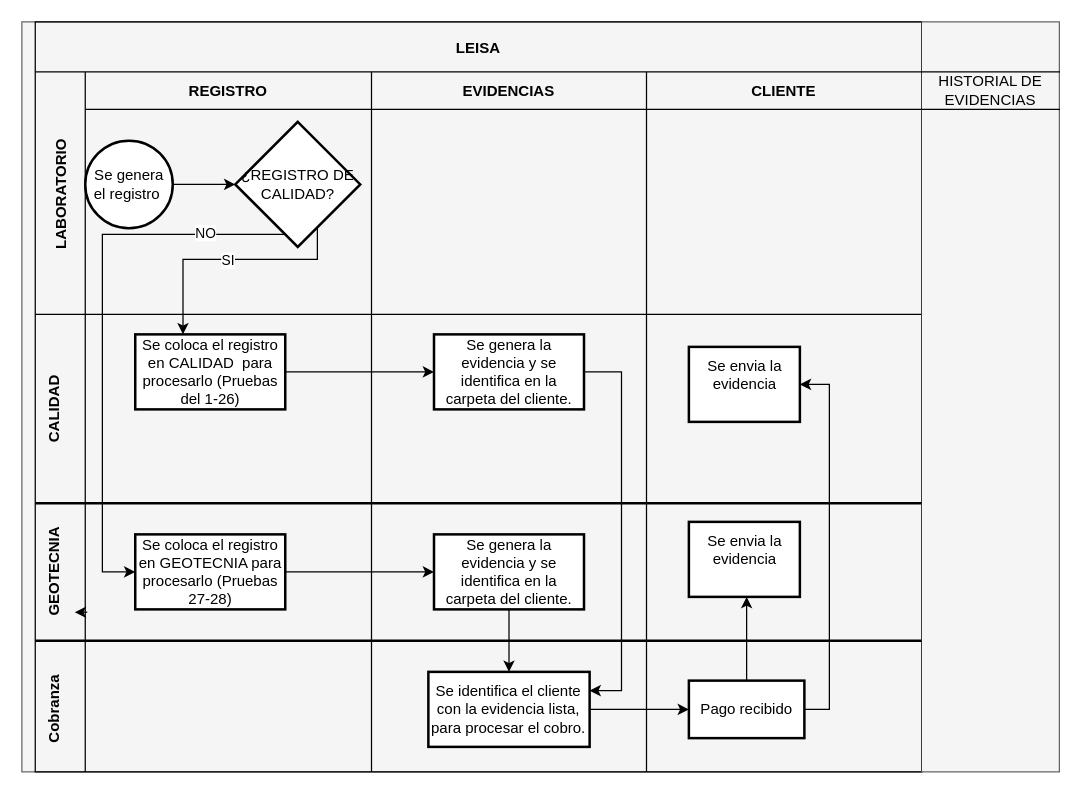
The draw.io diagram Diagrama sin título.drawio in DekarDev/Powershell, before the edit. Source tidied: cells renumbered, new cells numbered last; positions are measured from the earlier drawing's top-left corner, leaving out a move shared by most shapes. Both pictures are drawn from the tidied source at 125%, with x=0, y=0 at pixel (-19, 21).
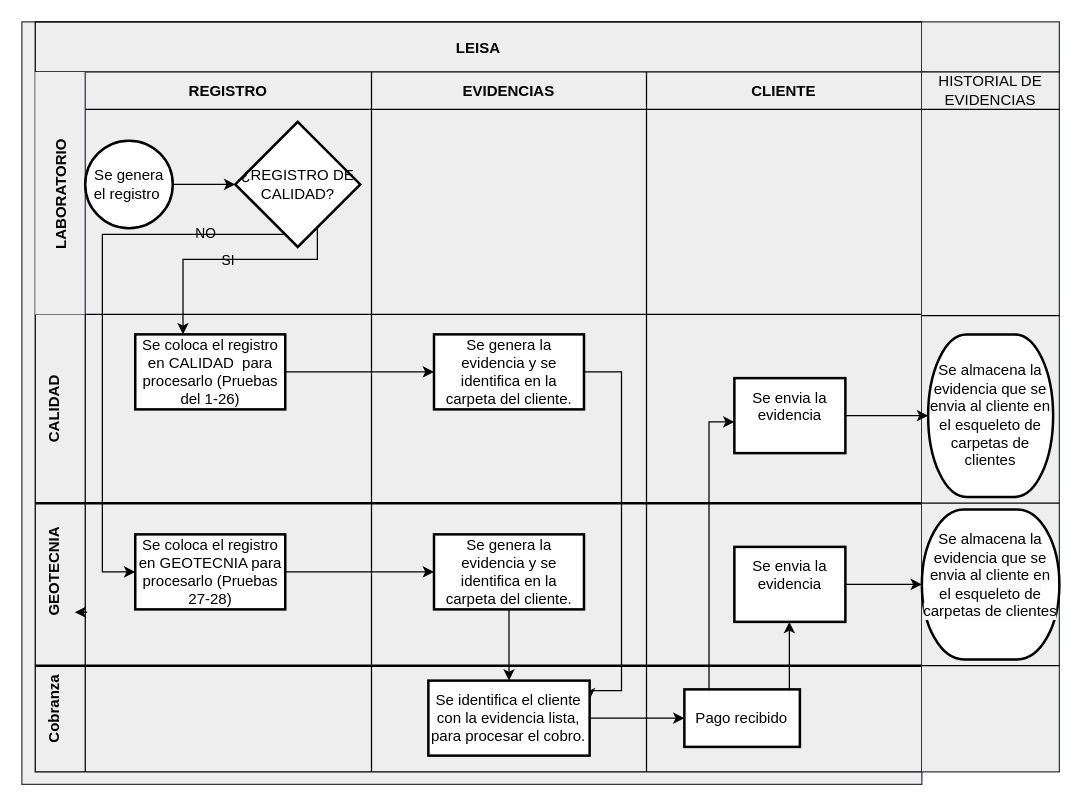
The same page after the edit.

The edit, as a diff of the source:
```diff
@@
-    <mxCell id="2" style="group;perimeterSpacing=2;" parent="1" vertex="1">
+    <mxCell id="2" style="group;perimeterSpacing=2;labelBackgroundColor=none;fillColor=#eeeeee;strokeColor=#36393d;" parent="1" vertex="1">
       <mxGeometry x="32" width="720" height="610" as="geometry" />
     </mxCell>
-    <mxCell id="3" style="group;fillColor=#f5f5f5;strokeColor=#666666;fontColor=#333333;" parent="2" vertex="1">
+    <mxCell id="3" style="group;labelBackgroundColor=none;" parent="2" vertex="1">
       <mxGeometry width="720" height="600" as="geometry" />
     </mxCell>
-    <mxCell id="4" value="LEISA" style="shape=table;childLayout=tableLayout;startSize=40;fillColor=none;fontStyle=1;" parent="2" vertex="1">
+    <mxCell id="4" value="LEISA" style="shape=table;childLayout=tableLayout;startSize=40;fillColor=none;fontStyle=1;labelBackgroundColor=none;" parent="2" vertex="1">
       <mxGeometry x="10.7" width="709.3" height="600" as="geometry" />
     </mxCell>
-    <mxCell id="5" value="LABORATORIO" style="shape=tableRow;horizontal=0;swimlaneHead=0;swimlaneBody=0;top=0;left=0;bottom=0;right=0;fillColor=none;startSize=40;fontStyle=1;align=center;" parent="4" vertex="1">
+    <mxCell id="5" value="LABORATORIO" style="shape=tableRow;horizontal=0;swimlaneHead=0;swimlaneBody=0;top=0;left=0;bottom=0;right=0;fillColor=#eeeeee;startSize=40;fontStyle=1;align=center;labelBackgroundColor=none;strokeColor=#36393d;" parent="4" vertex="1">
       <mxGeometry y="40" width="709.3" height="194" as="geometry" />
     </mxCell>
-    <mxCell id="6" value="REGISTRO" style="swimlane;swimlaneHead=0;swimlaneBody=0;fillColor=none;startSize=30;fontStyle=1;" parent="5" vertex="1">
+    <mxCell id="6" value="REGISTRO" style="swimlane;swimlaneHead=0;swimlaneBody=0;fillColor=none;startSize=30;fontStyle=1;labelBackgroundColor=none;" parent="5" vertex="1">
       <mxGeometry x="40" width="229" height="194" as="geometry" />
     </mxCell>
-    <mxCell id="7" style="edgeStyle=orthogonalEdgeStyle;rounded=0;jettySize=auto;html=1;" parent="6" edge="1" source="8" target="9">
+    <mxCell id="7" style="edgeStyle=orthogonalEdgeStyle;rounded=0;jettySize=auto;html=1;labelBackgroundColor=none;fontColor=default;" parent="6" edge="1" source="8" target="9">
       <mxGeometry relative="1" as="geometry" />
     </mxCell>
-    <mxCell id="8" value="Se genera el registro&amp;nbsp;" style="strokeWidth=2;html=1;shape=mxgraph.flowchart.start_2;whiteSpace=wrap;" parent="6" vertex="1">
+    <mxCell id="8" value="Se genera el registro&amp;nbsp;" style="strokeWidth=2;html=1;shape=mxgraph.flowchart.start_2;whiteSpace=wrap;labelBackgroundColor=none;" parent="6" vertex="1">
       <mxGeometry y="55" width="70" height="70" as="geometry" />
     </mxCell>
-    <mxCell id="9" value="¿REGISTRO DE CALIDAD?" style="rhombus;whiteSpace=wrap;html=1;strokeWidth=2;" parent="6" vertex="1">
+    <mxCell id="9" value="¿REGISTRO DE CALIDAD?" style="rhombus;whiteSpace=wrap;html=1;strokeWidth=2;labelBackgroundColor=none;" parent="6" vertex="1">
       <mxGeometry x="120" y="40" width="100" height="100" as="geometry" />
     </mxCell>
-    <mxCell id="10" value="EVIDENCIAS" style="swimlane;swimlaneHead=0;swimlaneBody=0;fillColor=none;startSize=30;fontStyle=1;" parent="5" vertex="1">
+    <mxCell id="10" value="EVIDENCIAS" style="swimlane;swimlaneHead=0;swimlaneBody=0;fillColor=none;startSize=30;fontStyle=1;labelBackgroundColor=none;" parent="5" vertex="1">
       <mxGeometry x="269" width="220" height="194" as="geometry" />
     </mxCell>
-    <mxCell id="11" value="CLIENTE" style="swimlane;swimlaneHead=0;swimlaneBody=0;fillColor=none;startSize=30;fontStyle=1;" parent="5" vertex="1">
+    <mxCell id="11" value="CLIENTE" style="swimlane;swimlaneHead=0;swimlaneBody=0;startSize=30;fontStyle=1;labelBackgroundColor=none;fillColor=none;" parent="5" vertex="1">
       <mxGeometry x="489" width="220" height="194" as="geometry" />
     </mxCell>
-    <mxCell id="12" style="shape=tableRow;horizontal=0;swimlaneHead=0;swimlaneBody=0;top=0;left=0;bottom=0;right=0;fillColor=none;startSize=40;fontStyle=1;" parent="4" vertex="1">
+    <mxCell id="12" style="shape=tableRow;horizontal=0;swimlaneHead=0;swimlaneBody=0;top=0;left=0;bottom=0;right=0;fillColor=none;startSize=40;fontStyle=1;labelBackgroundColor=none;" parent="4" vertex="1">
       <mxGeometry y="234" width="709.3" height="366" as="geometry" />
     </mxCell>
-    <mxCell id="13" style="swimlane;swimlaneHead=0;swimlaneBody=0;fillColor=none;startSize=0;fontStyle=1;" parent="12" vertex="1">
+    <mxCell id="13" style="swimlane;swimlaneHead=0;swimlaneBody=0;fillColor=none;startSize=0;fontStyle=1;labelBackgroundColor=none;" parent="12" vertex="1">
       <mxGeometry x="40" width="229" height="366" as="geometry" />
     </mxCell>
-    <mxCell id="14" style="line;strokeWidth=2;html=1;" parent="13" vertex="1">
+    <mxCell id="14" style="line;strokeWidth=2;html=1;labelBackgroundColor=none;" parent="13" vertex="1">
       <mxGeometry x="-40" y="146" width="710" height="10" as="geometry" />
     </mxCell>
-    <mxCell id="15" value="Se coloca el registro en CALIDAD&amp;nbsp; para procesarlo (Pruebas del 1-26)" style="whiteSpace=wrap;html=1;strokeWidth=2;" parent="13" vertex="1">
+    <mxCell id="15" value="Se coloca el registro en CALIDAD&amp;nbsp; para procesarlo (Pruebas del 1-26)" style="whiteSpace=wrap;html=1;strokeWidth=2;labelBackgroundColor=none;" parent="13" vertex="1">
       <mxGeometry x="40" y="16" width="120" height="60" as="geometry" />
     </mxCell>
-    <mxCell id="16" value="Se coloca el registro en GEOTECNIA para procesarlo (Pruebas 27-28)" style="whiteSpace=wrap;html=1;strokeWidth=2;" parent="13" vertex="1">
+    <mxCell id="16" value="Se coloca el registro en GEOTECNIA para procesarlo (Pruebas 27-28)" style="whiteSpace=wrap;html=1;strokeWidth=2;labelBackgroundColor=none;" parent="13" vertex="1">
       <mxGeometry x="40" y="176" width="120" height="60" as="geometry" />
     </mxCell>
-    <mxCell id="17" style="line;strokeWidth=2;html=1;" parent="13" vertex="1">
-      <mxGeometry x="-40" y="256" width="710" height="10" as="geometry" />
-    </mxCell>
-    <mxCell id="18" style="swimlane;swimlaneHead=0;swimlaneBody=0;fillColor=none;startSize=0;fontStyle=1;" parent="12" vertex="1">
+    <mxCell id="18" style="swimlane;swimlaneHead=0;swimlaneBody=0;fillColor=none;startSize=0;fontStyle=1;labelBackgroundColor=none;" parent="12" vertex="1">
       <mxGeometry x="269" width="220" height="366" as="geometry" />
     </mxCell>
-    <mxCell id="19" style="edgeStyle=orthogonalEdgeStyle;rounded=0;jettySize=auto;html=1;entryX=1;entryY=0.25;entryDx=0;entryDy=0;" parent="18" edge="1" source="20" target="22">
+    <mxCell id="19" style="edgeStyle=orthogonalEdgeStyle;rounded=0;jettySize=auto;html=1;entryX=1;entryY=0.25;entryDx=0;entryDy=0;labelBackgroundColor=none;fontColor=default;" parent="18" edge="1" source="20" target="22">
       <mxGeometry relative="1" as="geometry">
         <Array as="points">
           <mxPoint x="200" y="46" />
           <mxPoint x="200" y="301" />
         </Array>
       </mxGeometry>
     </mxCell>
-    <mxCell id="20" value="Se genera la evidencia y se identifica en la carpeta del cliente." style="whiteSpace=wrap;html=1;strokeWidth=2;" parent="18" vertex="1">
+    <mxCell id="20" value="Se genera la evidencia y se identifica en la carpeta del cliente." style="whiteSpace=wrap;html=1;strokeWidth=2;labelBackgroundColor=none;" parent="18" vertex="1">
       <mxGeometry x="50" y="16" width="120" height="60" as="geometry" />
     </mxCell>
-    <mxCell id="21" value="Se genera la evidencia y se identifica en la carpeta del cliente." style="whiteSpace=wrap;html=1;strokeWidth=2;" parent="18" vertex="1">
+    <mxCell id="21" value="Se genera la evidencia y se identifica en la carpeta del cliente." style="whiteSpace=wrap;html=1;strokeWidth=2;labelBackgroundColor=none;" parent="18" vertex="1">
       <mxGeometry x="50" y="176" width="120" height="60" as="geometry" />
     </mxCell>
-    <mxCell id="22" value="Se identifica el cliente con la evidencia lista, para procesar el cobro." style="whiteSpace=wrap;html=1;strokeWidth=2;" parent="18" vertex="1">
-      <mxGeometry x="45.5" y="286" width="129" height="60" as="geometry" />
+    <mxCell id="22" value="Se identifica el cliente con la evidencia lista, para procesar el cobro." style="whiteSpace=wrap;html=1;strokeWidth=2;labelBackgroundColor=none;" parent="18" vertex="1">
+      <mxGeometry x="45.5" y="293" width="129" height="60" as="geometry" />
     </mxCell>
-    <mxCell id="23" style="edgeStyle=orthogonalEdgeStyle;rounded=0;jettySize=auto;html=1;" parent="18" edge="1" source="21" target="22">
+    <mxCell id="23" style="edgeStyle=orthogonalEdgeStyle;rounded=0;jettySize=auto;html=1;labelBackgroundColor=none;fontColor=default;" parent="18" edge="1" source="21" target="22">
       <mxGeometry relative="1" as="geometry" />
     </mxCell>
-    <mxCell id="24" style="swimlane;swimlaneHead=0;swimlaneBody=0;fillColor=none;startSize=0;fontStyle=1;" parent="12" vertex="1">
+    <mxCell id="24" style="swimlane;swimlaneHead=0;swimlaneBody=0;fillColor=none;startSize=0;fontStyle=1;labelBackgroundColor=none;" parent="12" vertex="1">
       <mxGeometry x="489" width="220" height="366" as="geometry" />
     </mxCell>
-    <mxCell id="25" value="Pago recibido" style="whiteSpace=wrap;html=1;strokeWidth=2;" parent="24" vertex="1">
-      <mxGeometry x="33.9" y="293" width="92.4" height="46" as="geometry" />
+    <mxCell id="25" value="Pago recibido" style="whiteSpace=wrap;html=1;strokeWidth=2;labelBackgroundColor=none;" parent="24" vertex="1">
+      <mxGeometry x="30.3" y="300" width="92.4" height="46" as="geometry" />
     </mxCell>
+    <mxCell id="40" value="Se envia la evidencia&lt;div&gt;&lt;br&gt;&lt;/div&gt;" style="whiteSpace=wrap;html=1;strokeWidth=2;labelBackgroundColor=none;" parent="24" vertex="1">
+      <mxGeometry x="70.3" y="51" width="88.8" height="60" as="geometry" />
+    </mxCell>
+    <mxCell id="43" style="edgeStyle=orthogonalEdgeStyle;rounded=0;jettySize=auto;html=1;" parent="24" edge="1" source="25">
+      <mxGeometry relative="1" as="geometry">
+        <mxPoint x="70.3" y="86" as="targetPoint" />
+        <Array as="points">
+          <mxPoint x="50" y="86" />
+        </Array>
+      </mxGeometry>
+    </mxCell>
+    <mxCell id="17" style="line;strokeWidth=2;html=1;labelBackgroundColor=none;" parent="24" vertex="1">
+      <mxGeometry x="-489" y="276" width="710" height="10" as="geometry" />
+    </mxCell>
+    <mxCell id="39" value="Se envia la evidencia&lt;div&gt;&lt;br&gt;&lt;/div&gt;" style="whiteSpace=wrap;html=1;strokeWidth=2;labelBackgroundColor=none;" parent="24" vertex="1">
+      <mxGeometry x="70.3" y="186" width="88.8" height="60" as="geometry" />
+    </mxCell>
+    <mxCell id="37" style="edgeStyle=orthogonalEdgeStyle;rounded=0;jettySize=auto;html=1;" parent="24" edge="1" source="25" target="39">
+      <mxGeometry relative="1" as="geometry">
+        <Array as="points">
+          <mxPoint x="114.3" y="286" />
+          <mxPoint x="114.3" y="286" />
+        </Array>
+      </mxGeometry>
+    </mxCell>
-    <mxCell id="26" style="edgeStyle=orthogonalEdgeStyle;rounded=0;jettySize=auto;html=1;" parent="12" edge="1" source="15" target="20">
+    <mxCell id="26" style="edgeStyle=orthogonalEdgeStyle;rounded=0;jettySize=auto;html=1;labelBackgroundColor=none;fontColor=default;" parent="12" edge="1" source="15" target="20">
       <mxGeometry relative="1" as="geometry" />
     </mxCell>
-    <mxCell id="27" style="edgeStyle=orthogonalEdgeStyle;rounded=0;jettySize=auto;html=1;" parent="12" edge="1" source="16" target="21">
+    <mxCell id="27" style="edgeStyle=orthogonalEdgeStyle;rounded=0;jettySize=auto;html=1;labelBackgroundColor=none;fontColor=default;" parent="12" edge="1" source="16" target="21">
       <mxGeometry relative="1" as="geometry" />
     </mxCell>
-    <mxCell id="28" style="edgeStyle=orthogonalEdgeStyle;rounded=0;jettySize=auto;html=1;" parent="12" edge="1" source="22" target="25">
+    <mxCell id="28" style="edgeStyle=orthogonalEdgeStyle;rounded=0;jettySize=auto;html=1;labelBackgroundColor=none;fontColor=default;" parent="12" edge="1" source="22" target="25">
       <mxGeometry relative="1" as="geometry" />
     </mxCell>
-    <mxCell id="29" style="edgeStyle=orthogonalEdgeStyle;rounded=0;jettySize=auto;html=1;" parent="4" edge="1" source="9" target="15">
+    <mxCell id="29" style="edgeStyle=orthogonalEdgeStyle;rounded=0;jettySize=auto;html=1;labelBackgroundColor=none;fontColor=default;" parent="4" edge="1" source="9" target="15">
       <mxGeometry relative="1" as="geometry">
         <Array as="points">
           <mxPoint x="225.7" y="190" />
           <mxPoint x="118.2" y="190" />
         </Array>
       </mxGeometry>
     </mxCell>
-    <mxCell id="30" value="SI" style="edgeLabel;html=1;align=center;verticalAlign=middle;" parent="29" vertex="1">
+    <mxCell id="30" value="SI" style="edgeLabel;html=1;align=center;verticalAlign=middle;labelBackgroundColor=none;" parent="29" vertex="1">
       <mxGeometry x="0.01" relative="1" as="geometry" />
     </mxCell>
-    <mxCell id="31" style="edgeStyle=orthogonalEdgeStyle;rounded=0;jettySize=auto;html=1;" parent="4" edge="1" source="9" target="16">
+    <mxCell id="31" style="edgeStyle=orthogonalEdgeStyle;rounded=0;jettySize=auto;html=1;labelBackgroundColor=none;fontColor=default;" parent="4" edge="1" source="9" target="16">
       <mxGeometry relative="1" as="geometry">
         <Array as="points">
           <mxPoint x="53.7" y="170" />
           <mxPoint x="53.7" y="440" />
         </Array>
       </mxGeometry>
     </mxCell>
-    <mxCell id="32" value="NO" style="edgeLabel;html=1;align=center;verticalAlign=middle;" parent="31" vertex="1">
+    <mxCell id="32" value="NO" style="edgeLabel;html=1;align=center;verticalAlign=middle;labelBackgroundColor=none;" parent="31" vertex="1">
       <mxGeometry x="-0.71" y="-2" relative="1" as="geometry" />
     </mxCell>
-    <mxCell id="33" value="&lt;span style=&quot;text-wrap: nowrap;&quot;&gt;&lt;b&gt;GEOTECNIA&lt;/b&gt;&lt;/span&gt;" style="text;whiteSpace=wrap;html=1;rotation=-90;align=center;" parent="2" vertex="1">
+    <mxCell id="33" value="&lt;span style=&quot;text-wrap: nowrap;&quot;&gt;&lt;b&gt;GEOTECNIA&lt;/b&gt;&lt;/span&gt;" style="text;whiteSpace=wrap;html=1;rotation=-90;align=center;labelBackgroundColor=none;" parent="2" vertex="1">
       <mxGeometry x="-32.2" y="420" width="129" height="40" as="geometry" />
     </mxCell>
-    <mxCell id="34" value="&lt;b&gt;CALIDAD&lt;/b&gt;" style="text;whiteSpace=wrap;html=1;align=center;rotation=270;" parent="2" vertex="1">
+    <mxCell id="34" value="&lt;b&gt;CALIDAD&lt;/b&gt;" style="text;whiteSpace=wrap;html=1;align=center;rotation=270;labelBackgroundColor=none;" parent="2" vertex="1">
       <mxGeometry x="-32.2" y="290" width="129" height="40" as="geometry" />
     </mxCell>
-    <mxCell id="35" style="edgeStyle=orthogonalEdgeStyle;rounded=0;orthogonalLoop=1;jettySize=auto;html=1;exitX=0.25;exitY=1;exitDx=0;exitDy=0;entryX=0.25;entryY=0.75;entryDx=0;entryDy=0;entryPerimeter=0;" parent="2" edge="1" source="33" target="33">
+    <mxCell id="35" style="edgeStyle=orthogonalEdgeStyle;rounded=0;orthogonalLoop=1;jettySize=auto;html=1;exitX=0.25;exitY=1;exitDx=0;exitDy=0;entryX=0.25;entryY=0.75;entryDx=0;entryDy=0;entryPerimeter=0;labelBackgroundColor=none;fontColor=default;" parent="2" edge="1" source="33" target="33">
       <mxGeometry relative="1" as="geometry" />
     </mxCell>
-    <mxCell id="36" value="&lt;span style=&quot;text-wrap: nowrap;&quot;&gt;&lt;b&gt;Cobranza&lt;/b&gt;&lt;/span&gt;" style="text;whiteSpace=wrap;html=1;rotation=-90;align=center;" parent="2" vertex="1">
+    <mxCell id="36" value="&lt;span style=&quot;text-wrap: nowrap;&quot;&gt;&lt;b&gt;Cobranza&lt;/b&gt;&lt;/span&gt;" style="text;whiteSpace=wrap;html=1;rotation=-90;align=center;labelBackgroundColor=none;" parent="2" vertex="1">
       <mxGeometry x="-32.2" y="530" width="129" height="40" as="geometry" />
     </mxCell>
-    <mxCell id="37" style="edgeStyle=orthogonalEdgeStyle;rounded=0;jettySize=auto;html=1;" parent="2" edge="1" source="25" target="39">
-      <mxGeometry relative="1" as="geometry">
-        <Array as="points">
-          <mxPoint x="580" y="480" />
-          <mxPoint x="580" y="480" />
-        </Array>
-      </mxGeometry>
-    </mxCell>
-    <mxCell id="38" style="edgeStyle=orthogonalEdgeStyle;rounded=0;jettySize=auto;html=1;exitX=1;exitY=0.5;exitDx=0;exitDy=0;entryX=1;entryY=0.5;entryDx=0;entryDy=0;" parent="2" edge="1" source="25" target="40">
-      <mxGeometry relative="1" as="geometry" />
-    </mxCell>
-    <mxCell id="39" value="Se envia la evidencia&lt;div&gt;&lt;br&gt;&lt;/div&gt;" style="whiteSpace=wrap;html=1;strokeWidth=2;" parent="2" vertex="1">
-      <mxGeometry x="533.6" y="400" width="88.8" height="60" as="geometry" />
-    </mxCell>
-    <mxCell id="40" value="Se envia la evidencia&lt;div&gt;&lt;br&gt;&lt;/div&gt;" style="whiteSpace=wrap;html=1;strokeWidth=2;" parent="2" vertex="1">
-      <mxGeometry x="533.6" y="260" width="88.8" height="60" as="geometry" />
-    </mxCell>
-    <mxCell id="41" style="shape=partialRectangle;whiteSpace=wrap;html=1;bottom=1;right=1;left=1;top=0;fillColor=#f5f5f5;routingCenterX=-0.5;direction=north;fontColor=#333333;strokeColor=#666666;perimeterSpacing=2;" parent="1" vertex="1">
+    <mxCell id="41" style="shape=partialRectangle;whiteSpace=wrap;html=1;bottom=1;right=1;left=1;top=0;routingCenterX=-0.5;direction=north;perimeterSpacing=2;shadow=0;textShadow=0;labelBackgroundColor=none;fillColor=#eeeeee;strokeColor=#36393d;" parent="1" vertex="1">
       <mxGeometry x="752" width="110" height="600" as="geometry" />
     </mxCell>
-    <mxCell id="42" value="HISTORIAL DE EVIDENCIAS" style="shape=partialRectangle;whiteSpace=wrap;html=1;left=0;right=0;fillColor=none;" parent="1" vertex="1">
+    <mxCell id="42" value="HISTORIAL DE EVIDENCIAS" style="shape=partialRectangle;whiteSpace=wrap;html=1;left=0;right=0;fillColor=none;labelBackgroundColor=none;" parent="1" vertex="1">
       <mxGeometry x="752" y="40" width="110" height="30" as="geometry" />
     </mxCell>
+    <mxCell id="44" style="line;strokeWidth=1;html=1;" parent="1" vertex="1">
+      <mxGeometry x="752" y="230" width="110" height="10" as="geometry" />
+    </mxCell>
+    <mxCell id="45" style="line;strokeWidth=1;html=1;" parent="1" vertex="1">
+      <mxGeometry x="752" y="380" width="110" height="10" as="geometry" />
+    </mxCell>
+    <mxCell id="46" style="line;strokeWidth=1;html=1;" parent="1" vertex="1">
+      <mxGeometry x="752" y="510" width="110" height="10" as="geometry" />
+    </mxCell>
+    <mxCell id="47" value="Se almacena la evidencia que se envia al cliente en el esqueleto de carpetas de clientes" style="strokeWidth=2;html=1;shape=mxgraph.flowchart.terminator;whiteSpace=wrap;" parent="1" vertex="1">
+      <mxGeometry x="757" y="250" width="100" height="130" as="geometry" />
+    </mxCell>
+    <mxCell id="48" value="&#10;&lt;span style=&quot;color: rgb(0, 0, 0); font-family: Helvetica; font-size: 12px; font-style: normal; font-variant-ligatures: normal; font-variant-caps: normal; font-weight: 400; letter-spacing: normal; orphans: 2; text-align: center; text-indent: 0px; text-transform: none; widows: 2; word-spacing: 0px; -webkit-text-stroke-width: 0px; white-space: normal; background-color: rgb(251, 251, 251); text-decoration-thickness: initial; text-decoration-style: initial; text-decoration-color: initial; display: inline !important; float: none;&quot;&gt;Se almacena la evidencia que se envia al cliente en el esqueleto de carpetas de clientes&lt;/span&gt;&#10;&#10;" style="strokeWidth=2;html=1;shape=mxgraph.flowchart.terminator;whiteSpace=wrap;" parent="1" vertex="1">
+      <mxGeometry x="752" y="390" width="110" height="120" as="geometry" />
+    </mxCell>
+    <mxCell id="49" style="edgeStyle=orthogonalEdgeStyle;rounded=0;jettySize=auto;html=1;" parent="1" edge="1" source="40" target="47">
+      <mxGeometry relative="1" as="geometry" />
+    </mxCell>
+    <mxCell id="50" style="edgeStyle=orthogonalEdgeStyle;rounded=0;jettySize=auto;html=1;" parent="1" edge="1" source="39" target="48">
+      <mxGeometry relative="1" as="geometry" />
+    </mxCell>
```
